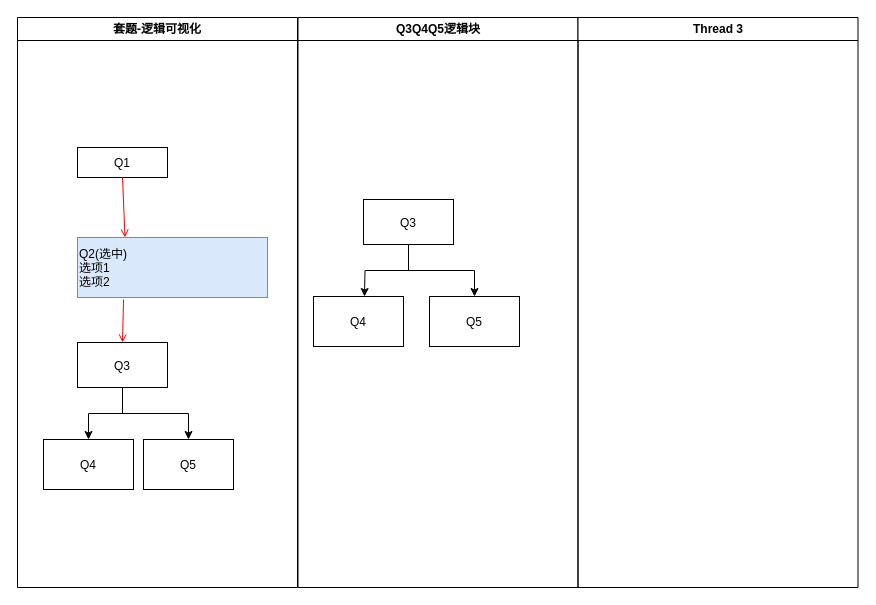
Above: 题目列表.drawio in qc190cc/ohter (draw.io), before the change. Source tidied: cells renumbered, new cells numbered last; positions are measured from the earlier drawing's top-left corner, leaving out a move shared by most shapes. Both pictures are drawn from the tidied source at 100%, with x=0, y=0 at pixel (17, 17).
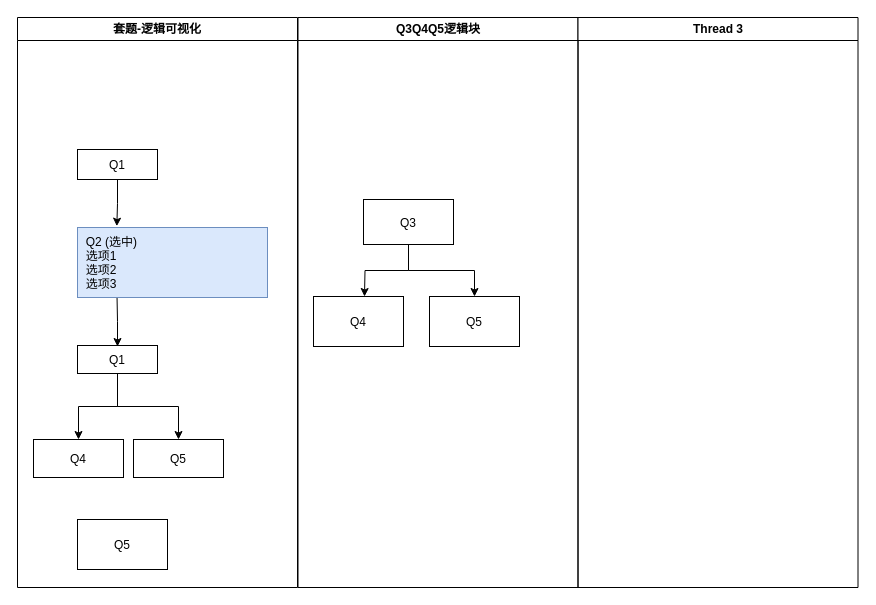
The same page after the edit.

Commit message (it also covers changes not shown here):
更新题目列表.drawio

Unchanged cells that the change refers to:
```xml
<mxCell id="2" value="套题-逻辑可视化" style="swimlane;whiteSpace=wrap;" parent="1" vertex="1">
  <mxGeometry width="280" height="570" as="geometry" />
</mxCell>
```

Diff of the diagram source:
```diff
@@
     <mxCell id="3" value="Q1" parent="2" vertex="1">
-      <mxGeometry x="60" y="130" width="90" height="30" as="geometry" />
+      <mxGeometry x="60" y="132" width="80" height="30" as="geometry" />
     </mxCell>
+    <mxCell id="19" style="edgeStyle=orthogonalEdgeStyle;rounded=0;orthogonalLoop=1;jettySize=auto;html=1;exitX=0.25;exitY=1;exitDx=0;exitDy=0;entryX=0.6;entryY=-0.036;entryDx=0;entryDy=0;entryPerimeter=0;" parent="2" edge="1">
+      <mxGeometry relative="1" as="geometry">
+        <mxPoint x="99.5" y="278" as="sourcePoint" />
+        <mxPoint x="100" y="329" as="targetPoint" />
+      </mxGeometry>
+    </mxCell>
-    <mxCell id="4" value="Q2(选中)&#10;选项1&#10;选项2" style="align=left;fillColor=#dae8fc;strokeColor=#6c8ebf;" parent="2" vertex="1">
-      <mxGeometry x="60" y="220" width="190" height="60" as="geometry" />
+    <mxCell id="4" value="    &#10;  Q2 (选中)&#10;  选项1&#10;  选项2&#10;  选项3&#10;" style="align=left;fillColor=#dae8fc;strokeColor=#6c8ebf;" parent="2" vertex="1">
+      <mxGeometry x="60" y="210" width="190" height="70" as="geometry" />
     </mxCell>
-    <mxCell id="5" style="endArrow=open;strokeColor=#FF0000;endFill=1;rounded=0;entryX=0.25;entryY=0;entryDx=0;entryDy=0;exitX=0.5;exitY=1;exitDx=0;exitDy=0;" parent="2" edge="1" source="3" target="4">
-      <mxGeometry relative="1" as="geometry" />
-    </mxCell>
-    <mxCell id="6" style="edgeStyle=orthogonalEdgeStyle;rounded=0;jettySize=auto;html=1;entryX=0.5;entryY=0;entryDx=0;entryDy=0;" parent="2" edge="1" source="8" target="10">
-      <mxGeometry relative="1" as="geometry" />
-    </mxCell>
-    <mxCell id="7" style="edgeStyle=orthogonalEdgeStyle;rounded=0;jettySize=auto;html=1;entryX=0.5;entryY=0;entryDx=0;entryDy=0;" parent="2" edge="1" source="8" target="11">
-      <mxGeometry relative="1" as="geometry" />
-    </mxCell>
-    <mxCell id="8" value="Q3" parent="2" vertex="1">
-      <mxGeometry x="60" y="325" width="90" height="45" as="geometry" />
-    </mxCell>
-    <mxCell id="9" style="endArrow=open;strokeColor=#FF0000;endFill=1;rounded=0;entryX=0.5;entryY=0;entryDx=0;entryDy=0;" parent="2" edge="1" target="8">
-      <mxGeometry relative="1" as="geometry">
-        <mxPoint x="106" y="282" as="sourcePoint" />
-      </mxGeometry>
-    </mxCell>
     <mxCell id="10" value="Q4" parent="2" vertex="1">
-      <mxGeometry x="26" y="422" width="90" height="50" as="geometry" />
+      <mxGeometry x="16" y="422" width="90" height="38" as="geometry" />
     </mxCell>
     <mxCell id="11" value="Q5" parent="2" vertex="1">
-      <mxGeometry x="126" y="422" width="90" height="50" as="geometry" />
+      <mxGeometry x="116" y="422" width="90" height="38" as="geometry" />
     </mxCell>
+    <mxCell id="5" style="edgeStyle=orthogonalEdgeStyle;rounded=0;jettySize=auto;html=1;entryX=0.207;entryY=-0.019;entryDx=0;entryDy=0;entryPerimeter=0;" parent="2" edge="1" source="3" target="4">
+      <mxGeometry relative="1" as="geometry" />
+    </mxCell>
+    <mxCell id="20" style="edgeStyle=orthogonalEdgeStyle;rounded=0;jettySize=auto;html=1;entryX=0.5;entryY=0;entryDx=0;entryDy=0;" parent="2" edge="1" source="22" target="10">
+      <mxGeometry relative="1" as="geometry" />
+    </mxCell>
+    <mxCell id="21" style="edgeStyle=orthogonalEdgeStyle;rounded=0;jettySize=auto;html=1;entryX=0.5;entryY=0;entryDx=0;entryDy=0;" parent="2" edge="1" source="22" target="11">
+      <mxGeometry relative="1" as="geometry" />
+    </mxCell>
+    <mxCell id="22" value="Q1" parent="2" vertex="1">
+      <mxGeometry x="60" y="328" width="80" height="28" as="geometry" />
+    </mxCell>
+    <mxCell id="23" value="Q5" parent="2" vertex="1">
+      <mxGeometry x="60" y="502" width="90" height="50" as="geometry" />
+    </mxCell>
```
